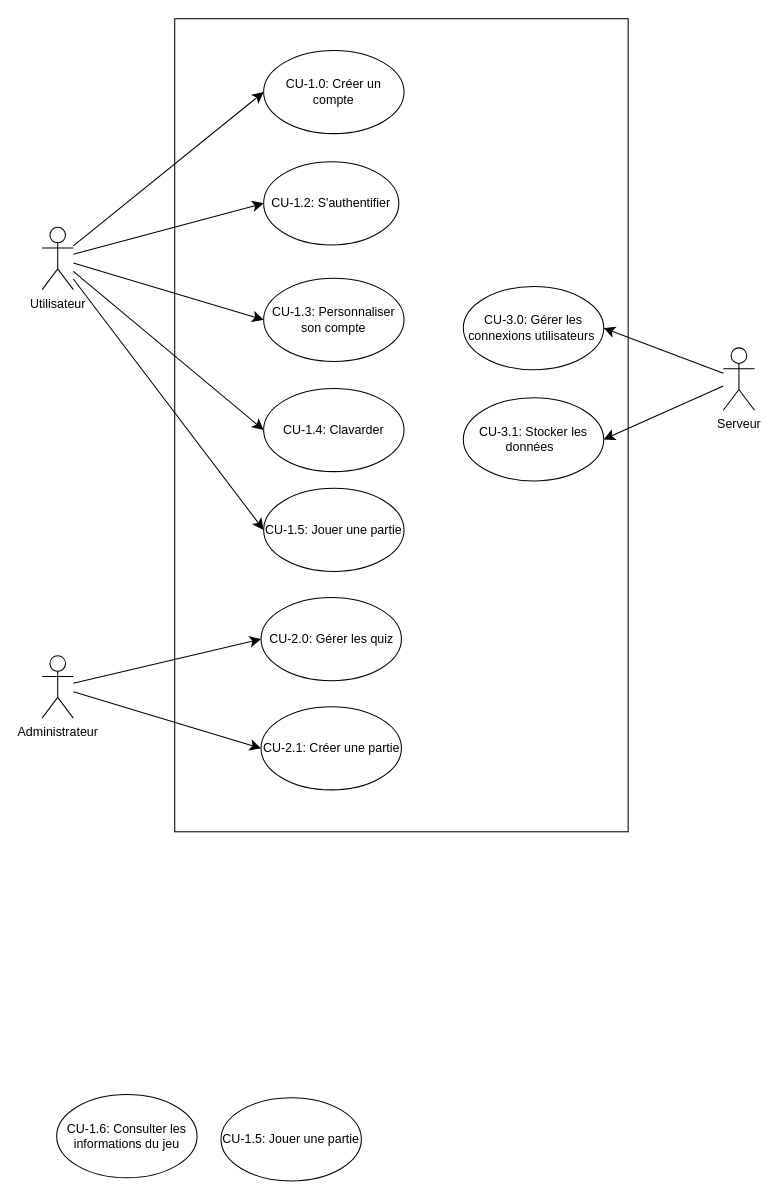
Above: page "Page-1" (1 of 5) of Diagramme sans nom.drawio in Andreea-Maria1/uml-projet3 (draw.io), before the change. Source tidied: cells renumbered, new cells numbered last; positions are measured from the earlier drawing's top-left corner, leaving out a move shared by most shapes. Both pictures are drawn from the tidied source at 104%, with x=0, y=0 at pixel (-5, 50).
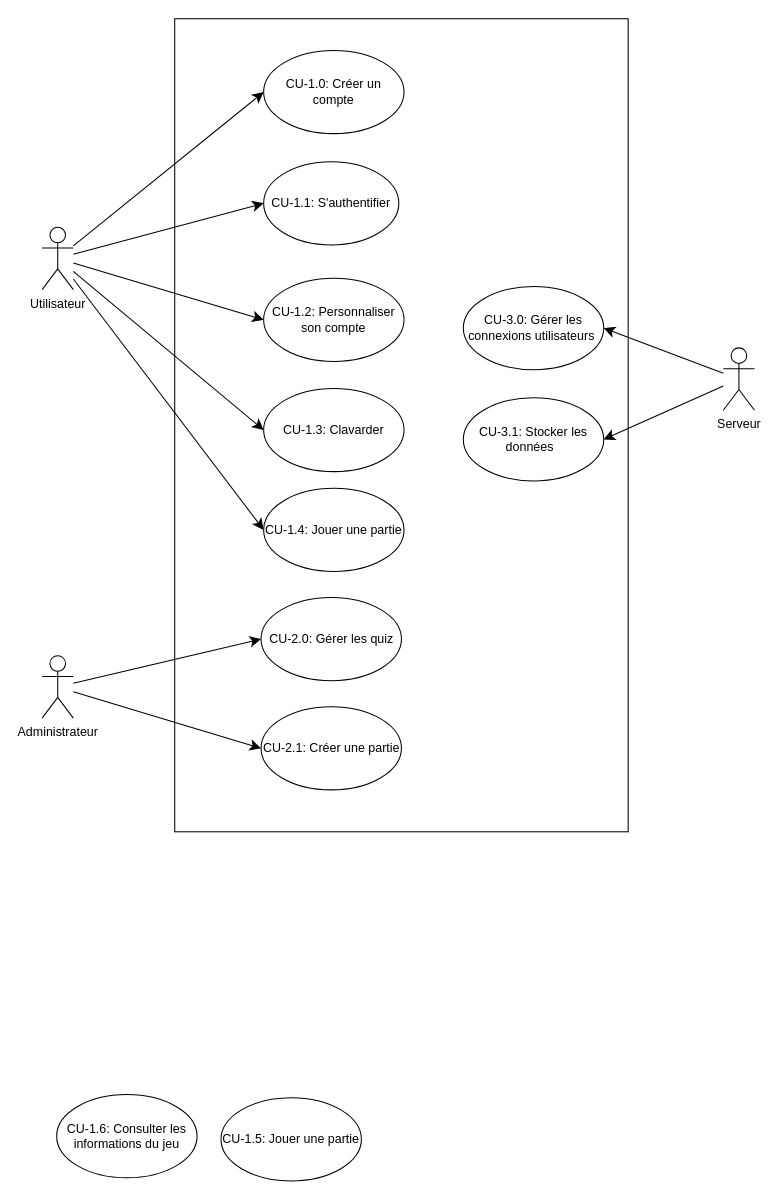
The same page after the edit.

Commit message:
diagramme de context

Diff of the diagram source:
```diff
@@
-    <mxCell id="16" value="CU-1.2: S'authentifier" style="ellipse;whiteSpace=wrap;html=1;" parent="1" vertex="1">
+    <mxCell id="16" value="CU-1.1: S'authentifier" style="ellipse;whiteSpace=wrap;html=1;" parent="1" vertex="1">
       <mxGeometry x="258" y="107" width="130" height="80" as="geometry" />
     </mxCell>
-    <mxCell id="17" value="CU-1.3: Personnaliser son compte" style="ellipse;whiteSpace=wrap;html=1;" parent="1" vertex="1">
+    <mxCell id="17" value="CU-1.2: Personnaliser son compte" style="ellipse;whiteSpace=wrap;html=1;" parent="1" vertex="1">
       <mxGeometry x="258" y="219" width="135" height="80" as="geometry" />
     </mxCell>
-    <mxCell id="18" value="CU-1.4: Clavarder" style="ellipse;whiteSpace=wrap;html=1;" parent="1" vertex="1">
+    <mxCell id="18" value="CU-1.3: Clavarder" style="ellipse;whiteSpace=wrap;html=1;" parent="1" vertex="1">
       <mxGeometry x="258" y="325" width="135" height="80" as="geometry" />
     </mxCell>
@@
-    <mxCell id="25" value="CU-1.5: Jouer une partie" style="ellipse;whiteSpace=wrap;html=1;" parent="1" vertex="1">
+    <mxCell id="25" value="CU-1.4: Jouer une partie" style="ellipse;whiteSpace=wrap;html=1;" parent="1" vertex="1">
       <mxGeometry x="258" y="421" width="135" height="80" as="geometry" />
     </mxCell>
```
